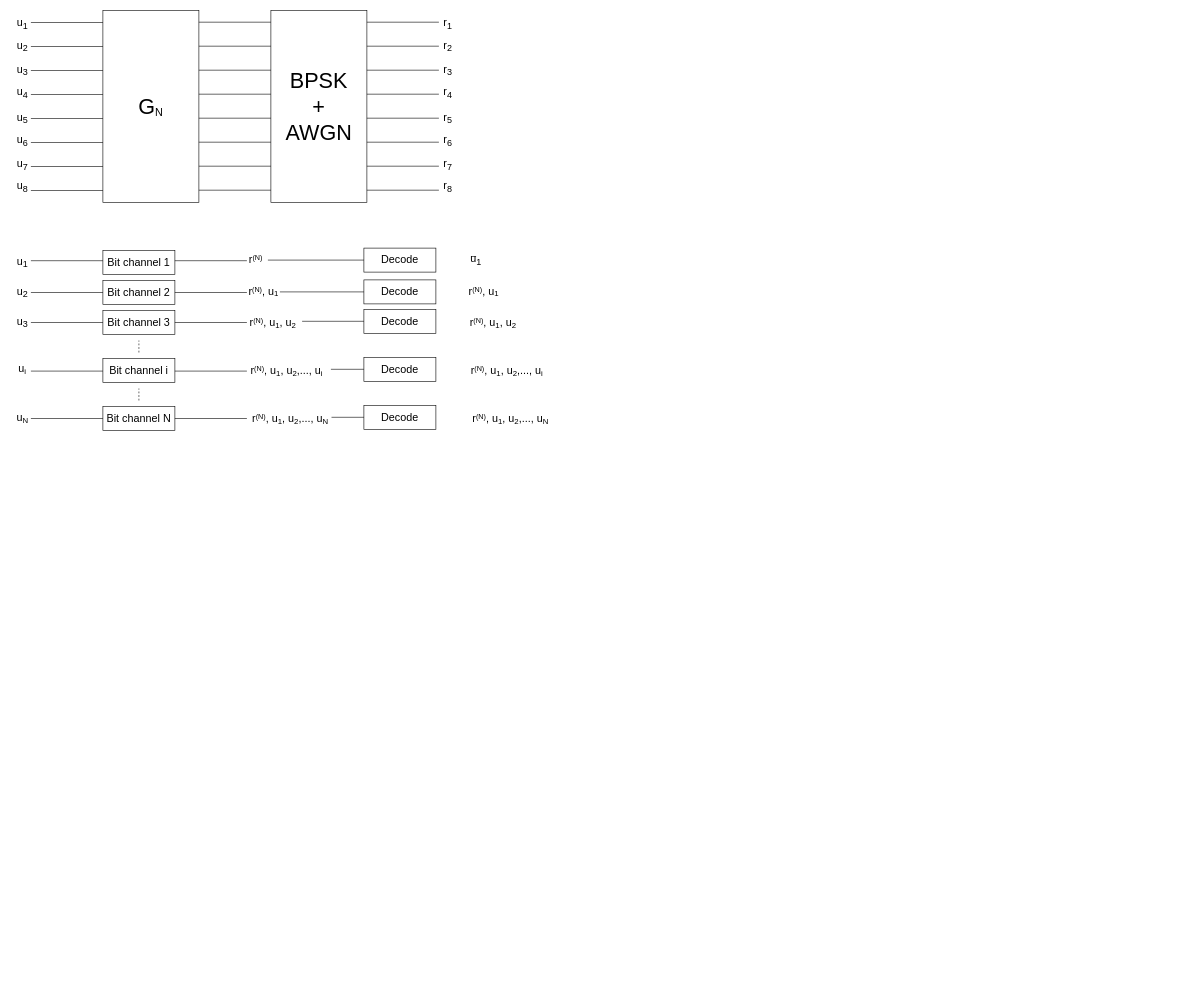
faruqsabri/drawio keeps this draw.io diagram as polar_codes.drawio. Above is the earlier version. Source tidied: cells renumbered, new cells numbered last; positions are measured from the earlier drawing's top-left corner, leaving out a move shared by most shapes. Both pictures are drawn from the tidied source at 60%, with x=0, y=0 at pixel (10, 10).
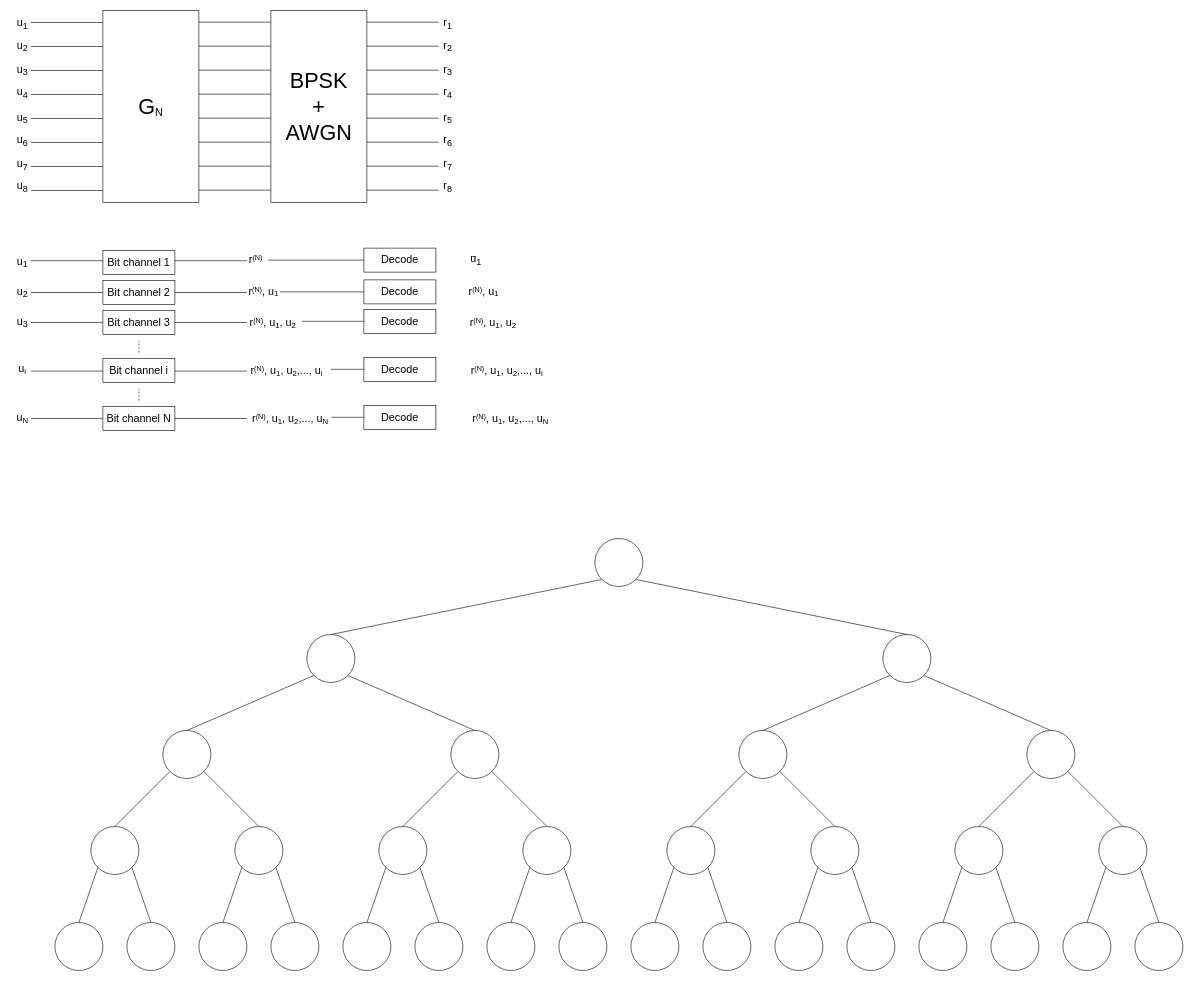
Above is the later version.

The edit, as a diff of the source:
```diff
@@
+    <mxCell id="87" style="rounded=0;jettySize=auto;html=1;exitX=0.5;exitY=0;exitDx=0;exitDy=0;entryX=0;entryY=1;entryDx=0;entryDy=0;endArrow=none;endFill=0;" parent="1" edge="1" source="88" target="92">
+      <mxGeometry relative="1" as="geometry" />
+    </mxCell>
+    <mxCell id="88" style="ellipse;whiteSpace=wrap;html=1;" parent="1" vertex="1">
+      <mxGeometry x="74" y="1520" width="80" height="80" as="geometry" />
+    </mxCell>
+    <mxCell id="89" style="edgeStyle=none;rounded=0;jettySize=auto;html=1;exitX=0.5;exitY=0;exitDx=0;exitDy=0;entryX=1;entryY=1;entryDx=0;entryDy=0;endArrow=none;endFill=0;" parent="1" edge="1" source="90" target="92">
+      <mxGeometry relative="1" as="geometry" />
+    </mxCell>
+    <mxCell id="90" style="ellipse;whiteSpace=wrap;html=1;" parent="1" vertex="1">
+      <mxGeometry x="194" y="1520" width="80" height="80" as="geometry" />
+    </mxCell>
+    <mxCell id="91" style="edgeStyle=none;rounded=0;jettySize=auto;html=1;exitX=0.5;exitY=0;exitDx=0;exitDy=0;entryX=0;entryY=1;entryDx=0;entryDy=0;endArrow=none;endFill=0;" parent="1" edge="1" source="92" target="112">
+      <mxGeometry relative="1" as="geometry" />
+    </mxCell>
+    <mxCell id="92" style="ellipse;whiteSpace=wrap;html=1;" parent="1" vertex="1">
+      <mxGeometry x="134" y="1360" width="80" height="80" as="geometry" />
+    </mxCell>
+    <mxCell id="93" style="edgeStyle=none;rounded=0;jettySize=auto;html=1;exitX=0.5;exitY=0;exitDx=0;exitDy=0;entryX=0;entryY=1;entryDx=0;entryDy=0;endArrow=none;endFill=0;" parent="1" edge="1" source="94" target="98">
+      <mxGeometry relative="1" as="geometry" />
+    </mxCell>
+    <mxCell id="94" style="ellipse;whiteSpace=wrap;html=1;" parent="1" vertex="1">
+      <mxGeometry x="314" y="1520" width="80" height="80" as="geometry" />
+    </mxCell>
+    <mxCell id="95" style="edgeStyle=none;rounded=0;jettySize=auto;html=1;exitX=0.5;exitY=0;exitDx=0;exitDy=0;entryX=1;entryY=1;entryDx=0;entryDy=0;endArrow=none;endFill=0;" parent="1" edge="1" source="96" target="98">
+      <mxGeometry relative="1" as="geometry" />
+    </mxCell>
+    <mxCell id="96" style="ellipse;whiteSpace=wrap;html=1;" parent="1" vertex="1">
+      <mxGeometry x="434" y="1520" width="80" height="80" as="geometry" />
+    </mxCell>
+    <mxCell id="97" style="edgeStyle=none;rounded=0;jettySize=auto;html=1;exitX=0.5;exitY=0;exitDx=0;exitDy=0;entryX=1;entryY=1;entryDx=0;entryDy=0;endArrow=none;endFill=0;" parent="1" edge="1" source="98" target="112">
+      <mxGeometry relative="1" as="geometry" />
+    </mxCell>
+    <mxCell id="98" style="ellipse;whiteSpace=wrap;html=1;" parent="1" vertex="1">
+      <mxGeometry x="374" y="1360" width="80" height="80" as="geometry" />
+    </mxCell>
+    <mxCell id="99" style="edgeStyle=none;rounded=0;jettySize=auto;html=1;exitX=0.5;exitY=0;exitDx=0;exitDy=0;entryX=0;entryY=1;entryDx=0;entryDy=0;endArrow=none;endFill=0;" parent="1" edge="1" source="100" target="104">
+      <mxGeometry relative="1" as="geometry" />
+    </mxCell>
+    <mxCell id="100" style="ellipse;whiteSpace=wrap;html=1;" parent="1" vertex="1">
+      <mxGeometry x="554" y="1520" width="80" height="80" as="geometry" />
+    </mxCell>
+    <mxCell id="101" style="edgeStyle=none;rounded=0;jettySize=auto;html=1;exitX=0.5;exitY=0;exitDx=0;exitDy=0;entryX=1;entryY=1;entryDx=0;entryDy=0;endArrow=none;endFill=0;" parent="1" edge="1" source="102" target="104">
+      <mxGeometry relative="1" as="geometry" />
+    </mxCell>
+    <mxCell id="102" style="ellipse;whiteSpace=wrap;html=1;" parent="1" vertex="1">
+      <mxGeometry x="674" y="1520" width="80" height="80" as="geometry" />
+    </mxCell>
+    <mxCell id="103" style="edgeStyle=none;rounded=0;jettySize=auto;html=1;exitX=0.5;exitY=0;exitDx=0;exitDy=0;endArrow=none;endFill=0;" parent="1" edge="1" source="104" target="114">
+      <mxGeometry relative="1" as="geometry" />
+    </mxCell>
+    <mxCell id="104" style="ellipse;whiteSpace=wrap;html=1;" parent="1" vertex="1">
+      <mxGeometry x="614" y="1360" width="80" height="80" as="geometry" />
+    </mxCell>
+    <mxCell id="105" style="edgeStyle=none;rounded=0;jettySize=auto;html=1;exitX=0.5;exitY=0;exitDx=0;exitDy=0;entryX=0;entryY=1;entryDx=0;entryDy=0;endArrow=none;endFill=0;" parent="1" edge="1" source="106" target="110">
+      <mxGeometry relative="1" as="geometry" />
+    </mxCell>
+    <mxCell id="106" style="ellipse;whiteSpace=wrap;html=1;" parent="1" vertex="1">
+      <mxGeometry x="794" y="1520" width="80" height="80" as="geometry" />
+    </mxCell>
+    <mxCell id="107" style="edgeStyle=none;rounded=0;jettySize=auto;html=1;exitX=0.5;exitY=0;exitDx=0;exitDy=0;entryX=1;entryY=1;entryDx=0;entryDy=0;endArrow=none;endFill=0;" parent="1" edge="1" source="108" target="110">
+      <mxGeometry relative="1" as="geometry" />
+    </mxCell>
+    <mxCell id="108" style="ellipse;whiteSpace=wrap;html=1;" parent="1" vertex="1">
+      <mxGeometry x="914" y="1520" width="80" height="80" as="geometry" />
+    </mxCell>
+    <mxCell id="109" style="edgeStyle=none;rounded=0;jettySize=auto;html=1;exitX=0.5;exitY=0;exitDx=0;exitDy=0;endArrow=none;endFill=0;" parent="1" edge="1" source="110" target="114">
+      <mxGeometry relative="1" as="geometry" />
+    </mxCell>
+    <mxCell id="110" style="ellipse;whiteSpace=wrap;html=1;" parent="1" vertex="1">
+      <mxGeometry x="854" y="1360" width="80" height="80" as="geometry" />
+    </mxCell>
+    <mxCell id="111" style="edgeStyle=none;rounded=0;jettySize=auto;html=1;exitX=0.5;exitY=0;exitDx=0;exitDy=0;entryX=0;entryY=1;entryDx=0;entryDy=0;endArrow=none;endFill=0;" parent="1" edge="1" source="112" target="116">
+      <mxGeometry relative="1" as="geometry" />
+    </mxCell>
+    <mxCell id="112" style="ellipse;whiteSpace=wrap;html=1;" parent="1" vertex="1">
+      <mxGeometry x="254" y="1200" width="80" height="80" as="geometry" />
+    </mxCell>
+    <mxCell id="113" style="edgeStyle=none;rounded=0;jettySize=auto;html=1;exitX=0.5;exitY=0;exitDx=0;exitDy=0;entryX=1;entryY=1;entryDx=0;entryDy=0;endArrow=none;endFill=0;" parent="1" edge="1" source="114" target="116">
+      <mxGeometry relative="1" as="geometry" />
+    </mxCell>
+    <mxCell id="114" style="ellipse;whiteSpace=wrap;html=1;" parent="1" vertex="1">
+      <mxGeometry x="734" y="1200" width="80" height="80" as="geometry" />
+    </mxCell>
+    <mxCell id="115" style="edgeStyle=none;rounded=0;jettySize=auto;html=1;exitX=0.5;exitY=0;exitDx=0;exitDy=0;entryX=0;entryY=1;entryDx=0;entryDy=0;endArrow=none;endFill=0;" parent="1" edge="1" source="116" target="147">
+      <mxGeometry relative="1" as="geometry" />
+    </mxCell>
+    <mxCell id="116" style="ellipse;whiteSpace=wrap;html=1;" parent="1" vertex="1">
+      <mxGeometry x="494" y="1040" width="80" height="80" as="geometry" />
+    </mxCell>
+    <mxCell id="117" style="rounded=0;jettySize=auto;html=1;exitX=0.5;exitY=0;exitDx=0;exitDy=0;entryX=0;entryY=1;entryDx=0;entryDy=0;endArrow=none;endFill=0;" parent="1" edge="1" source="118" target="122">
+      <mxGeometry relative="1" as="geometry" />
+    </mxCell>
+    <mxCell id="118" style="ellipse;whiteSpace=wrap;html=1;" parent="1" vertex="1">
+      <mxGeometry x="1034" y="1520" width="80" height="80" as="geometry" />
+    </mxCell>
+    <mxCell id="119" style="edgeStyle=none;rounded=0;jettySize=auto;html=1;exitX=0.5;exitY=0;exitDx=0;exitDy=0;entryX=1;entryY=1;entryDx=0;entryDy=0;endArrow=none;endFill=0;" parent="1" edge="1" source="120" target="122">
+      <mxGeometry relative="1" as="geometry" />
+    </mxCell>
+    <mxCell id="120" style="ellipse;whiteSpace=wrap;html=1;" parent="1" vertex="1">
+      <mxGeometry x="1154" y="1520" width="80" height="80" as="geometry" />
+    </mxCell>
+    <mxCell id="121" style="edgeStyle=none;rounded=0;jettySize=auto;html=1;exitX=0.5;exitY=0;exitDx=0;exitDy=0;entryX=0;entryY=1;entryDx=0;entryDy=0;endArrow=none;endFill=0;" parent="1" edge="1" source="122" target="142">
+      <mxGeometry relative="1" as="geometry" />
+    </mxCell>
+    <mxCell id="122" style="ellipse;whiteSpace=wrap;html=1;" parent="1" vertex="1">
+      <mxGeometry x="1094" y="1360" width="80" height="80" as="geometry" />
+    </mxCell>
+    <mxCell id="123" style="edgeStyle=none;rounded=0;jettySize=auto;html=1;exitX=0.5;exitY=0;exitDx=0;exitDy=0;entryX=0;entryY=1;entryDx=0;entryDy=0;endArrow=none;endFill=0;" parent="1" edge="1" source="124" target="128">
+      <mxGeometry relative="1" as="geometry" />
+    </mxCell>
+    <mxCell id="124" style="ellipse;whiteSpace=wrap;html=1;" parent="1" vertex="1">
+      <mxGeometry x="1274" y="1520" width="80" height="80" as="geometry" />
+    </mxCell>
+    <mxCell id="125" style="edgeStyle=none;rounded=0;jettySize=auto;html=1;exitX=0.5;exitY=0;exitDx=0;exitDy=0;entryX=1;entryY=1;entryDx=0;entryDy=0;endArrow=none;endFill=0;" parent="1" edge="1" source="126" target="128">
+      <mxGeometry relative="1" as="geometry" />
+    </mxCell>
+    <mxCell id="126" style="ellipse;whiteSpace=wrap;html=1;" parent="1" vertex="1">
+      <mxGeometry x="1394" y="1520" width="80" height="80" as="geometry" />
+    </mxCell>
+    <mxCell id="127" style="edgeStyle=none;rounded=0;jettySize=auto;html=1;exitX=0.5;exitY=0;exitDx=0;exitDy=0;entryX=1;entryY=1;entryDx=0;entryDy=0;endArrow=none;endFill=0;" parent="1" edge="1" source="128" target="142">
+      <mxGeometry relative="1" as="geometry" />
+    </mxCell>
+    <mxCell id="128" style="ellipse;whiteSpace=wrap;html=1;" parent="1" vertex="1">
+      <mxGeometry x="1334" y="1360" width="80" height="80" as="geometry" />
+    </mxCell>
+    <mxCell id="129" style="edgeStyle=none;rounded=0;jettySize=auto;html=1;exitX=0.5;exitY=0;exitDx=0;exitDy=0;entryX=0;entryY=1;entryDx=0;entryDy=0;endArrow=none;endFill=0;" parent="1" edge="1" source="130" target="134">
+      <mxGeometry relative="1" as="geometry" />
+    </mxCell>
+    <mxCell id="130" style="ellipse;whiteSpace=wrap;html=1;" parent="1" vertex="1">
+      <mxGeometry x="1514" y="1520" width="80" height="80" as="geometry" />
+    </mxCell>
+    <mxCell id="131" style="edgeStyle=none;rounded=0;jettySize=auto;html=1;exitX=0.5;exitY=0;exitDx=0;exitDy=0;entryX=1;entryY=1;entryDx=0;entryDy=0;endArrow=none;endFill=0;" parent="1" edge="1" source="132" target="134">
+      <mxGeometry relative="1" as="geometry" />
+    </mxCell>
+    <mxCell id="132" style="ellipse;whiteSpace=wrap;html=1;" parent="1" vertex="1">
+      <mxGeometry x="1634" y="1520" width="80" height="80" as="geometry" />
+    </mxCell>
+    <mxCell id="133" style="edgeStyle=none;rounded=0;jettySize=auto;html=1;exitX=0.5;exitY=0;exitDx=0;exitDy=0;endArrow=none;endFill=0;" parent="1" edge="1" source="134" target="144">
+      <mxGeometry relative="1" as="geometry" />
+    </mxCell>
+    <mxCell id="134" style="ellipse;whiteSpace=wrap;html=1;" parent="1" vertex="1">
+      <mxGeometry x="1574" y="1360" width="80" height="80" as="geometry" />
+    </mxCell>
+    <mxCell id="135" style="edgeStyle=none;rounded=0;jettySize=auto;html=1;exitX=0.5;exitY=0;exitDx=0;exitDy=0;entryX=0;entryY=1;entryDx=0;entryDy=0;endArrow=none;endFill=0;" parent="1" edge="1" source="136" target="140">
+      <mxGeometry relative="1" as="geometry" />
+    </mxCell>
+    <mxCell id="136" style="ellipse;whiteSpace=wrap;html=1;" parent="1" vertex="1">
+      <mxGeometry x="1754" y="1520" width="80" height="80" as="geometry" />
+    </mxCell>
+    <mxCell id="137" style="edgeStyle=none;rounded=0;jettySize=auto;html=1;exitX=0.5;exitY=0;exitDx=0;exitDy=0;entryX=1;entryY=1;entryDx=0;entryDy=0;endArrow=none;endFill=0;" parent="1" edge="1" source="138" target="140">
+      <mxGeometry relative="1" as="geometry" />
+    </mxCell>
+    <mxCell id="138" style="ellipse;whiteSpace=wrap;html=1;" parent="1" vertex="1">
+      <mxGeometry x="1874" y="1520" width="80" height="80" as="geometry" />
+    </mxCell>
+    <mxCell id="139" style="edgeStyle=none;rounded=0;jettySize=auto;html=1;exitX=0.5;exitY=0;exitDx=0;exitDy=0;endArrow=none;endFill=0;" parent="1" edge="1" source="140" target="144">
+      <mxGeometry relative="1" as="geometry" />
+    </mxCell>
+    <mxCell id="140" style="ellipse;whiteSpace=wrap;html=1;" parent="1" vertex="1">
+      <mxGeometry x="1814" y="1360" width="80" height="80" as="geometry" />
+    </mxCell>
+    <mxCell id="141" style="edgeStyle=none;rounded=0;jettySize=auto;html=1;exitX=0.5;exitY=0;exitDx=0;exitDy=0;entryX=0;entryY=1;entryDx=0;entryDy=0;endArrow=none;endFill=0;" parent="1" edge="1" source="142" target="146">
+      <mxGeometry relative="1" as="geometry" />
+    </mxCell>
+    <mxCell id="142" style="ellipse;whiteSpace=wrap;html=1;" parent="1" vertex="1">
+      <mxGeometry x="1214" y="1200" width="80" height="80" as="geometry" />
+    </mxCell>
+    <mxCell id="143" style="edgeStyle=none;rounded=0;jettySize=auto;html=1;exitX=0.5;exitY=0;exitDx=0;exitDy=0;entryX=1;entryY=1;entryDx=0;entryDy=0;endArrow=none;endFill=0;" parent="1" edge="1" source="144" target="146">
+      <mxGeometry relative="1" as="geometry" />
+    </mxCell>
+    <mxCell id="144" style="ellipse;whiteSpace=wrap;html=1;" parent="1" vertex="1">
+      <mxGeometry x="1694" y="1200" width="80" height="80" as="geometry" />
+    </mxCell>
+    <mxCell id="145" style="edgeStyle=none;rounded=0;jettySize=auto;html=1;exitX=0.5;exitY=0;exitDx=0;exitDy=0;entryX=1;entryY=1;entryDx=0;entryDy=0;endArrow=none;endFill=0;" parent="1" edge="1" source="146" target="147">
+      <mxGeometry relative="1" as="geometry" />
+    </mxCell>
+    <mxCell id="146" style="ellipse;whiteSpace=wrap;html=1;" parent="1" vertex="1">
+      <mxGeometry x="1454" y="1040" width="80" height="80" as="geometry" />
+    </mxCell>
+    <mxCell id="147" style="ellipse;whiteSpace=wrap;html=1;" parent="1" vertex="1">
+      <mxGeometry x="974" y="880" width="80" height="80" as="geometry" />
+    </mxCell>
```
